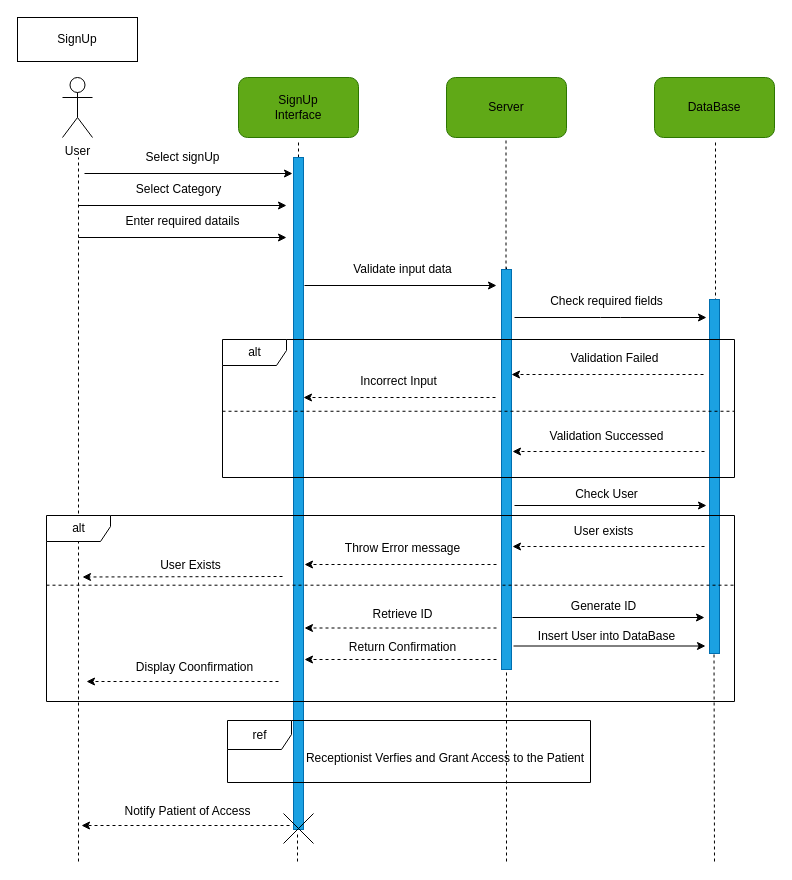
Earlier version of the draw.io diagram UseCase_Diagram/Sisay/signup.dio (Nama21yo/SDS-EMR). Source tidied: cells renumbered, new cells numbered last; positions are measured from the earlier drawing's top-left corner, leaving out a move shared by most shapes. Both pictures are drawn from the tidied source at 100%, with x=0, y=0 at pixel (17, 17).
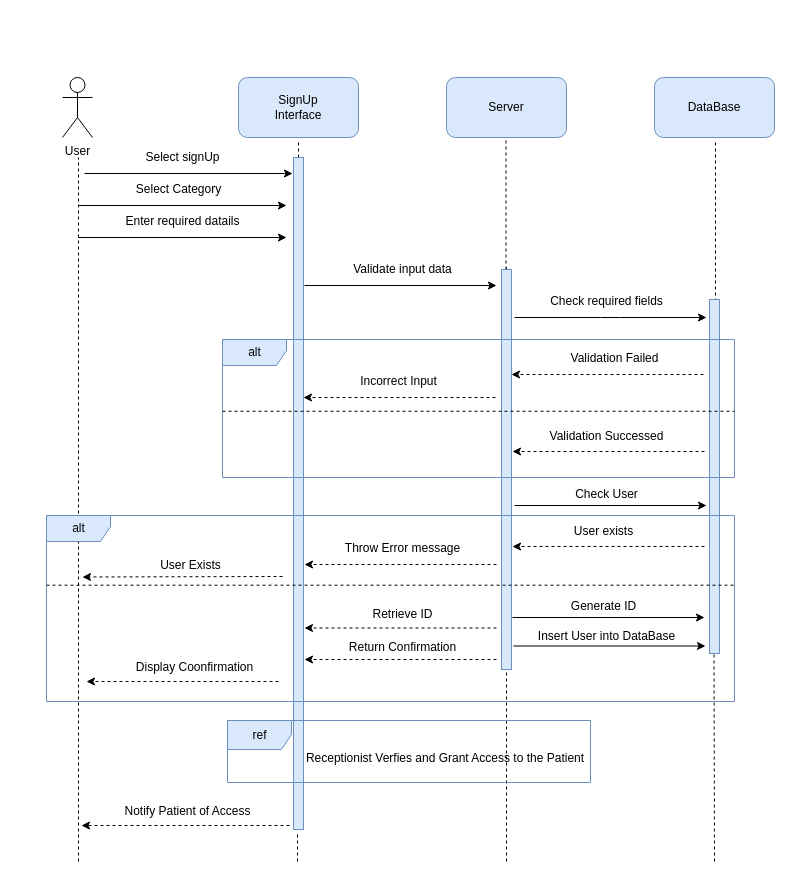
Above is the later version.

The edit, as a diff of the source:
```diff
@@
-<mxGraphModel>
+<mxGraphModel background="#ffffff">
@@
-    <mxCell id="3" style="rounded=0;whiteSpace=wrap;html=1;" parent="1" vertex="1">
-      <mxGeometry width="120" height="44" as="geometry" />
-    </mxCell>
-    <mxCell id="4" value="SignUp" style="text;html=1;strokeColor=none;fillColor=none;align=center;verticalAlign=middle;whiteSpace=wrap;rounded=0;" parent="1" vertex="1">
-      <mxGeometry x="30" y="7" width="60" height="30" as="geometry" />
-    </mxCell>
@@
-    <mxCell id="6" style="rounded=1;whiteSpace=wrap;html=1;fillColor=#60a917;fontColor=#ffffff;strokeColor=#2D7600;" parent="1" vertex="1">
+    <mxCell id="6" style="rounded=1;whiteSpace=wrap;html=1;fillColor=#dae8fc;strokeColor=#6c8ebf;" parent="1" vertex="1">
       <mxGeometry x="221" y="60" width="120" height="60" as="geometry" />
     </mxCell>
-    <mxCell id="7" style="rounded=1;whiteSpace=wrap;html=1;fillColor=#60a917;fontColor=#ffffff;strokeColor=#2D7600;" parent="1" vertex="1">
+    <mxCell id="7" style="rounded=1;whiteSpace=wrap;html=1;fillColor=#dae8fc;strokeColor=#6c8ebf;" parent="1" vertex="1">
       <mxGeometry x="429" y="60" width="120" height="60" as="geometry" />
     </mxCell>
-    <mxCell id="8" style="rounded=1;whiteSpace=wrap;html=1;fillColor=#60a917;fontColor=#ffffff;strokeColor=#2D7600;" parent="1" vertex="1">
+    <mxCell id="8" style="rounded=1;whiteSpace=wrap;html=1;fillColor=#dae8fc;strokeColor=#6c8ebf;" parent="1" vertex="1">
       <mxGeometry x="637" y="60" width="120" height="60" as="geometry" />
     </mxCell>
@@
-    <mxCell id="43" style="endArrow=none;dashed=1;html=1;startArrow=none;" parent="1" edge="1" source="66">
+    <mxCell id="43" style="endArrow=none;dashed=1;html=1;startArrow=none;" parent="1" edge="1">
       <mxGeometry relative="1" as="geometry">
+        <mxPoint x="281" y="796" as="sourcePoint" />
         <mxPoint x="281" y="700" as="targetPoint" />
       </mxGeometry>
     </mxCell>
@@
-    <mxCell id="49" style="html=1;perimeter=orthogonalPerimeter;fillColor=#1ba1e2;fontColor=#ffffff;strokeColor=#006EAF;" parent="1" vertex="1">
+    <mxCell id="49" style="html=1;perimeter=orthogonalPerimeter;fillColor=#dae8fc;strokeColor=#6c8ebf;" parent="1" vertex="1">
       <mxGeometry x="692" y="282" width="10" height="354" as="geometry" />
     </mxCell>
@@
-    <mxCell id="51" style="html=1;points=[];perimeter=orthogonalPerimeter;fillColor=#1ba1e2;fontColor=#ffffff;strokeColor=#006EAF;" parent="1" vertex="1">
+    <mxCell id="51" style="html=1;points=[];perimeter=orthogonalPerimeter;fillColor=#dae8fc;strokeColor=#6c8ebf;" parent="1" vertex="1">
       <mxGeometry x="484" y="252" width="10" height="400" as="geometry" />
     </mxCell>
-    <mxCell id="52" style="html=1;perimeter=orthogonalPerimeter;fillColor=#1ba1e2;fontColor=#ffffff;strokeColor=#006EAF;" parent="1" vertex="1">
+    <mxCell id="52" style="html=1;perimeter=orthogonalPerimeter;fillColor=#dae8fc;strokeColor=#6c8ebf;" parent="1" vertex="1">
       <mxGeometry x="276" y="140" width="10" height="672" as="geometry" />
     </mxCell>
@@
-    <mxCell id="57" value="alt" style="shape=umlFrame;tabWidth=110;tabHeight=30;tabPosition=left;html=1;boundedLbl=1;labelInHeader=1;width=64;height=26;" parent="1" vertex="1">
+    <mxCell id="57" value="alt" style="shape=umlFrame;tabWidth=110;tabHeight=30;tabPosition=left;html=1;boundedLbl=1;labelInHeader=1;width=64;height=26;fillColor=#dae8fc;strokeColor=#6c8ebf;" parent="1" vertex="1">
       <mxGeometry x="205" y="322" width="512" height="138" as="geometry" />
     </mxCell>
@@
-    <mxCell id="59" value="alt" style="shape=umlFrame;tabWidth=110;tabHeight=30;tabPosition=left;html=1;boundedLbl=1;labelInHeader=1;width=64;height=26;" parent="1" vertex="1">
+    <mxCell id="59" value="alt" style="shape=umlFrame;tabWidth=110;tabHeight=30;tabPosition=left;html=1;boundedLbl=1;labelInHeader=1;width=64;height=26;fillColor=#dae8fc;strokeColor=#6c8ebf;" parent="1" vertex="1">
       <mxGeometry x="29" y="498" width="688" height="186" as="geometry" />
     </mxCell>
@@
-    <mxCell id="61" value="ref" style="shape=umlFrame;tabPosition=left;html=1;boundedLbl=1;labelInHeader=1;width=64;height=29;" parent="1" vertex="1">
+    <mxCell id="61" value="ref" style="shape=umlFrame;tabPosition=left;html=1;boundedLbl=1;labelInHeader=1;width=64;height=29;fillColor=#dae8fc;strokeColor=#6c8ebf;" parent="1" vertex="1">
       <mxGeometry x="210" y="703" width="363" height="62" as="geometry" />
     </mxCell>
@@
-    <mxCell id="66" style="shape=umlDestroy;" parent="1" vertex="1">
-      <mxGeometry x="266" y="796" width="30" height="30" as="geometry" />
-    </mxCell>
```
